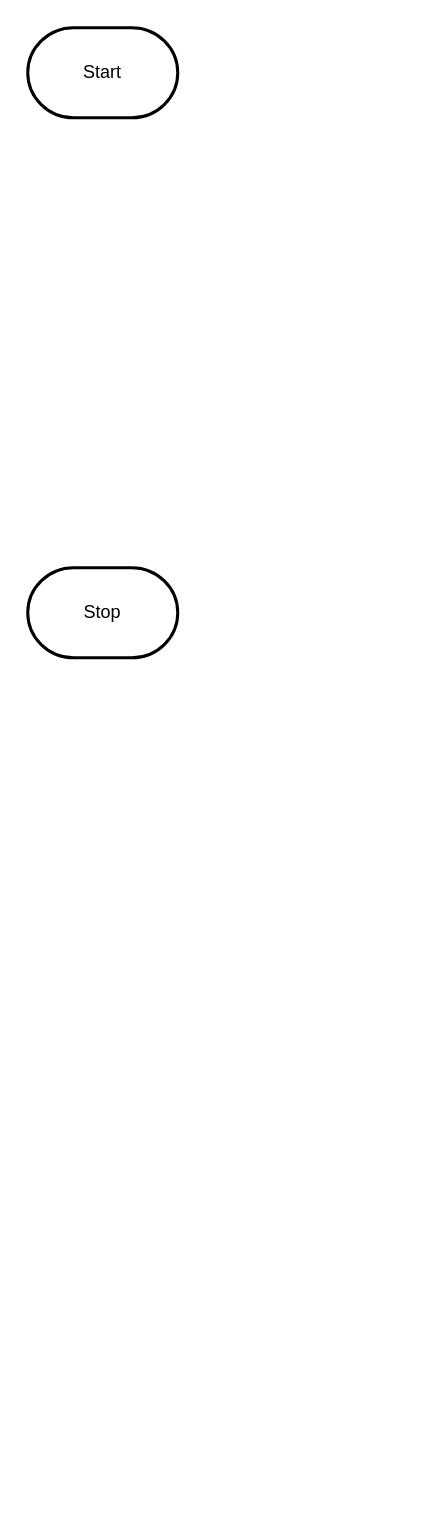
The draw.io diagram design/flowchart.drawio in MTHS-ICD2O-1-2023/ICD2O-Unit-6-02-Adam-Batiuk, before the edit. Source tidied: cells renumbered, new cells numbered last; positions are measured from the earlier drawing's top-left corner, leaving out a move shared by most shapes. Both pictures are drawn from the tidied source at 150%, with x=0, y=0 at pixel (27, 27).
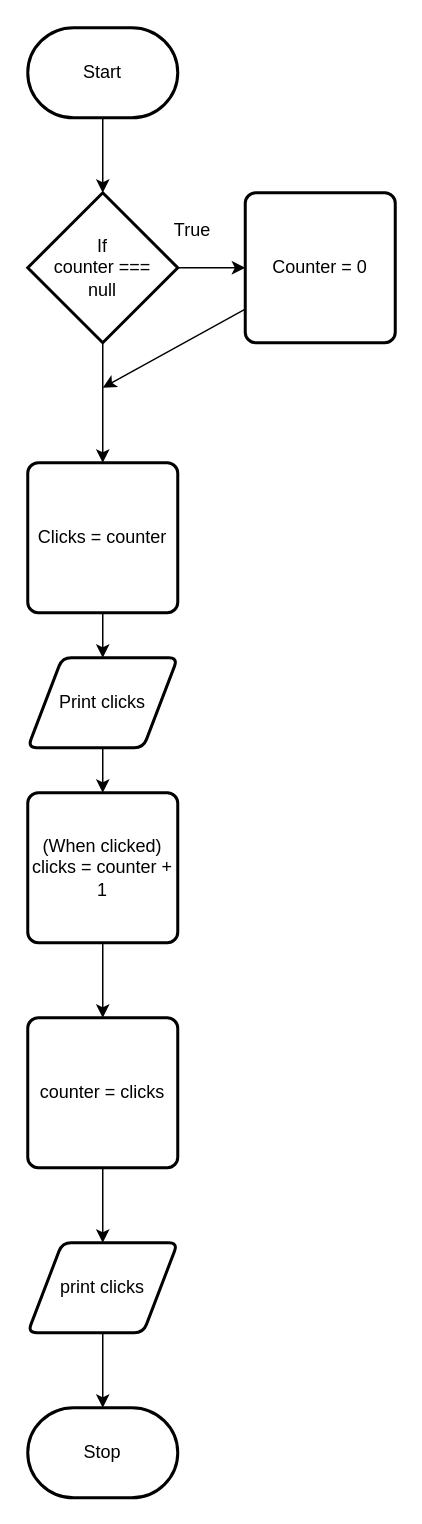
Above is the later version.

Unchanged cells that the change refers to:
```xml
<mxCell id="2" value="Start" style="strokeWidth=2;html=1;shape=mxgraph.flowchart.terminator;whiteSpace=wrap;" parent="1" vertex="1">
  <mxGeometry width="100" height="60" as="geometry" />
</mxCell>
```

Diff of the diagram source:
```diff
@@
+    <mxCell id="4" style="edgeStyle=none;html=1;" parent="1" edge="1" source="2" target="7">
+      <mxGeometry relative="1" as="geometry" />
+    </mxCell>
@@
     <mxCell id="3" value="Stop" style="strokeWidth=2;html=1;shape=mxgraph.flowchart.terminator;whiteSpace=wrap;" parent="1" vertex="1">
-      <mxGeometry y="360" width="100" height="60" as="geometry" />
+      <mxGeometry y="920" width="100" height="60" as="geometry" />
     </mxCell>
+    <mxCell id="5" style="edgeStyle=none;html=1;" parent="1" edge="1" source="7" target="9">
+      <mxGeometry relative="1" as="geometry" />
+    </mxCell>
+    <mxCell id="6" style="edgeStyle=none;html=1;" parent="1" edge="1" source="7" target="11">
+      <mxGeometry relative="1" as="geometry" />
+    </mxCell>
+    <mxCell id="7" value="If&lt;br&gt;counter === &lt;br&gt;null" style="strokeWidth=2;html=1;shape=mxgraph.flowchart.decision;whiteSpace=wrap;" parent="1" vertex="1">
+      <mxGeometry y="110" width="100" height="100" as="geometry" />
+    </mxCell>
+    <mxCell id="8" style="edgeStyle=none;html=1;" parent="1" edge="1" source="9">
+      <mxGeometry relative="1" as="geometry">
+        <mxPoint x="50" y="240" as="targetPoint" />
+      </mxGeometry>
+    </mxCell>
+    <mxCell id="9" value="Counter = 0" style="rounded=1;whiteSpace=wrap;html=1;absoluteArcSize=1;arcSize=14;strokeWidth=2;" parent="1" vertex="1">
+      <mxGeometry x="145" y="110" width="100" height="100" as="geometry" />
+    </mxCell>
+    <mxCell id="10" style="edgeStyle=none;html=1;" parent="1" edge="1" source="11" target="13">
+      <mxGeometry relative="1" as="geometry" />
+    </mxCell>
+    <mxCell id="11" value="Clicks = counter" style="rounded=1;whiteSpace=wrap;html=1;absoluteArcSize=1;arcSize=14;strokeWidth=2;" parent="1" vertex="1">
+      <mxGeometry y="290" width="100" height="100" as="geometry" />
+    </mxCell>
+    <mxCell id="12" style="edgeStyle=none;html=1;" parent="1" edge="1" source="13" target="16">
+      <mxGeometry relative="1" as="geometry" />
+    </mxCell>
+    <mxCell id="13" value="Print clicks" style="shape=parallelogram;html=1;strokeWidth=2;perimeter=parallelogramPerimeter;whiteSpace=wrap;rounded=1;arcSize=12;size=0.23;" parent="1" vertex="1">
+      <mxGeometry y="420" width="100" height="60" as="geometry" />
+    </mxCell>
+    <mxCell id="14" value="True" style="text;html=1;strokeColor=none;fillColor=none;align=center;verticalAlign=middle;whiteSpace=wrap;rounded=0;" parent="1" vertex="1">
+      <mxGeometry x="80" y="120" width="60" height="30" as="geometry" />
+    </mxCell>
+    <mxCell id="15" style="edgeStyle=none;html=1;" parent="1" edge="1" source="16" target="18">
+      <mxGeometry relative="1" as="geometry" />
+    </mxCell>
+    <mxCell id="16" value="(When clicked)&lt;br&gt;clicks = counter + 1" style="rounded=1;whiteSpace=wrap;html=1;absoluteArcSize=1;arcSize=14;strokeWidth=2;" parent="1" vertex="1">
+      <mxGeometry y="510" width="100" height="100" as="geometry" />
+    </mxCell>
+    <mxCell id="17" style="edgeStyle=none;html=1;" parent="1" edge="1" source="18" target="20">
+      <mxGeometry relative="1" as="geometry" />
+    </mxCell>
+    <mxCell id="18" value="counter = clicks" style="rounded=1;whiteSpace=wrap;html=1;absoluteArcSize=1;arcSize=14;strokeWidth=2;" parent="1" vertex="1">
+      <mxGeometry y="660" width="100" height="100" as="geometry" />
+    </mxCell>
+    <mxCell id="19" style="edgeStyle=none;html=1;" parent="1" edge="1" source="20" target="3">
+      <mxGeometry relative="1" as="geometry" />
+    </mxCell>
+    <mxCell id="20" value="print clicks" style="shape=parallelogram;html=1;strokeWidth=2;perimeter=parallelogramPerimeter;whiteSpace=wrap;rounded=1;arcSize=12;size=0.23;" parent="1" vertex="1">
+      <mxGeometry y="810" width="100" height="60" as="geometry" />
+    </mxCell>
```
